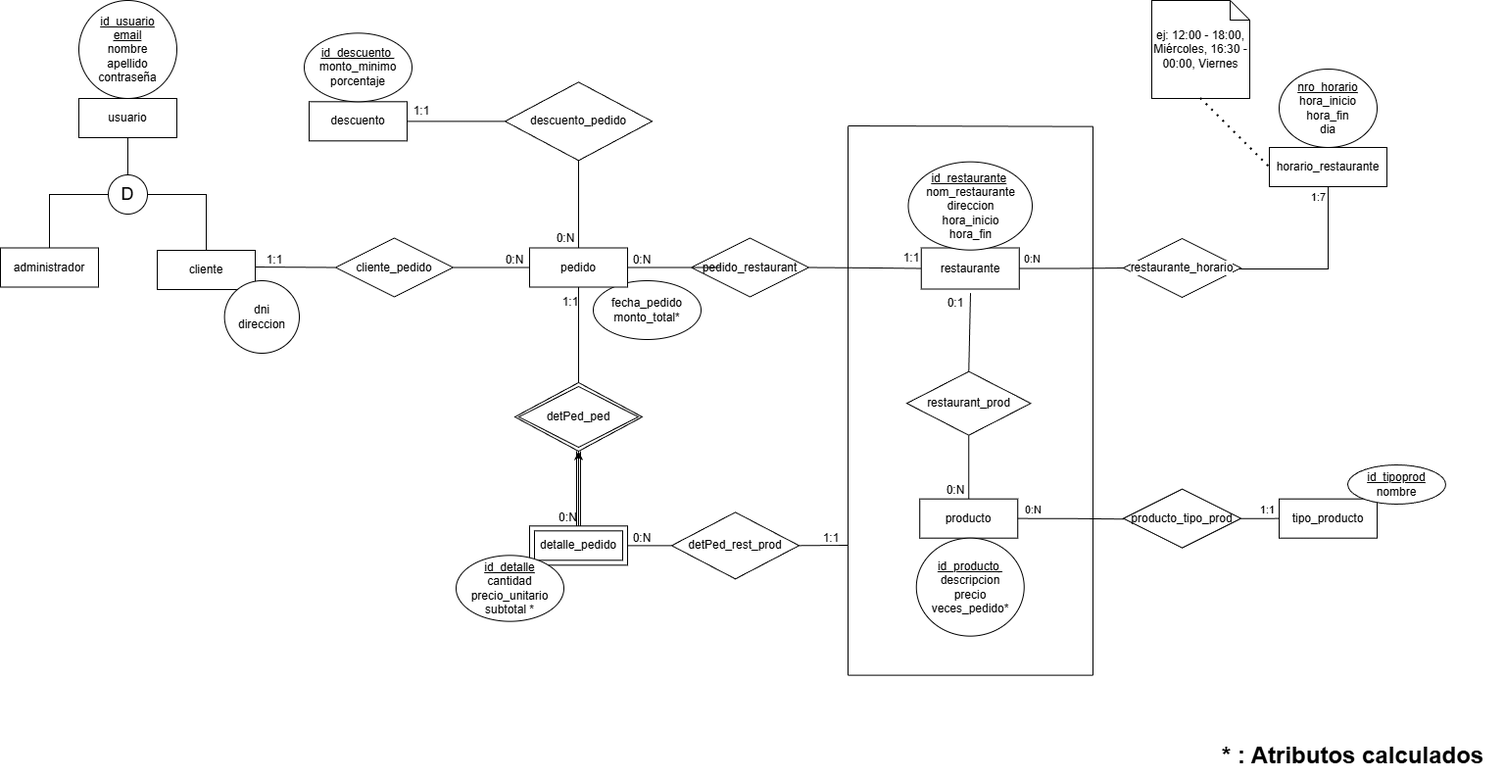
Before: docs/img/der.png, a diagram exported from draw.io (elfili05/TP-Java-Delivery). Source tidied: cells renumbered, new cells last; positions are measured from the earlier drawing's top-left corner, leaving out a move shared by most shapes.
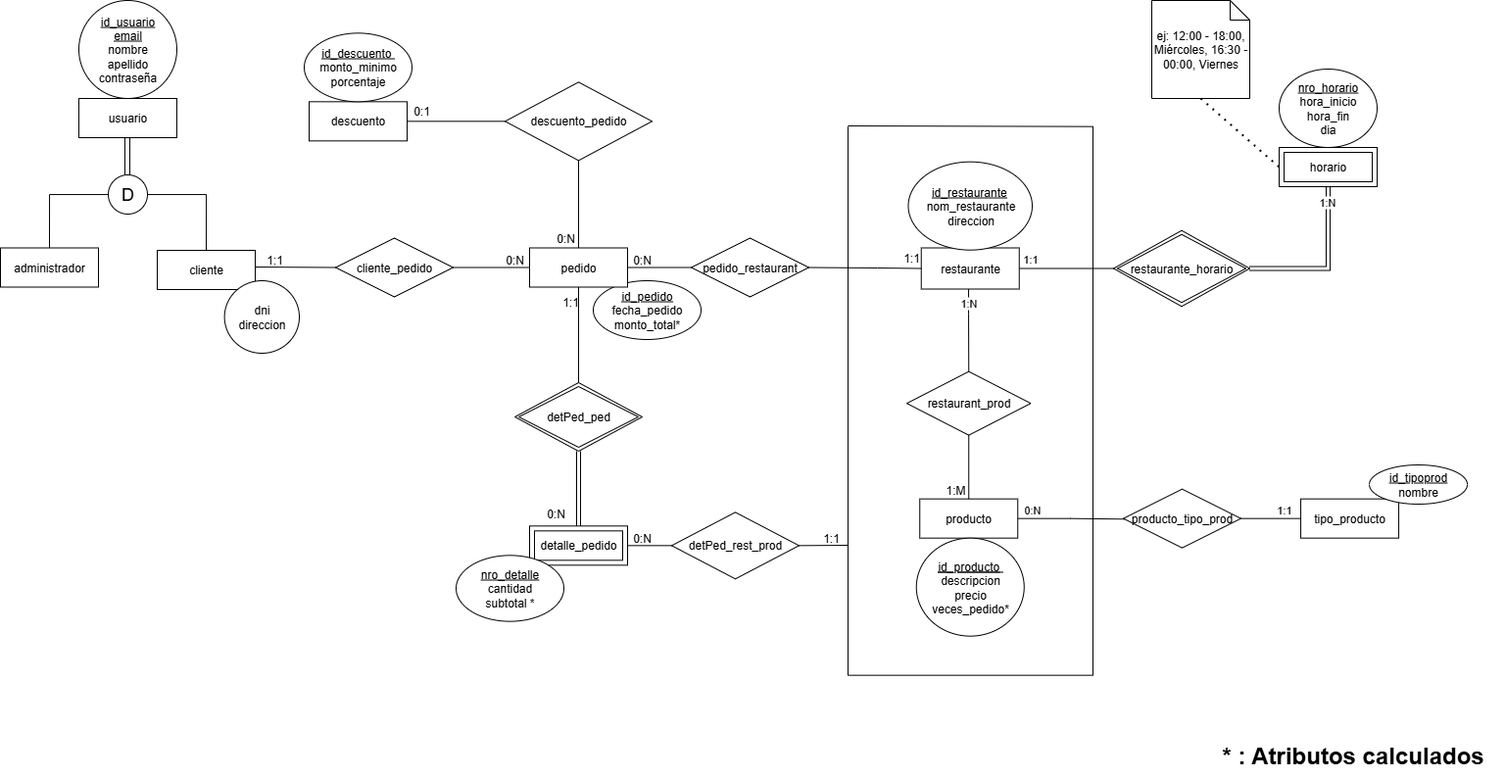
After the change.

What changed in the source:
```diff
@@ -13,7 +13,18 @@
     </mxCell>
-    <mxCell id="5" value="0:N" style="edgeLabel;html=1;align=center;verticalAlign=middle;labelBackgroundColor=default;fontColor=default;" parent="4" vertex="1">
-      <mxGeometry x="-0.68" y="-1" relative="1" as="geometry">
-        <mxPoint x="-5" y="-11" as="offset" />
-      </mxGeometry>
-    </mxCell>
+    <mxCell id="70" value="1:1" style="edgeLabel;html=1;align=center;verticalAlign=middle;labelBackgroundColor=default;fontColor=default;" parent="4" vertex="1">
+      <mxGeometry x="-0.68" y="-1" relative="1" as="geometry">
+        <mxPoint x="-5" y="-11" as="offset" />
+      </mxGeometry>
+    </mxCell>
+    <mxCell id="76" style="edgeStyle=orthogonalEdgeStyle;rounded=0;jettySize=auto;html=1;entryX=0.5;entryY=0;entryDx=0;entryDy=0;endArrow=none;endFill=0;" parent="1" edge="1" source="6" target="36">
+      <mxGeometry relative="1" as="geometry">
+        <Array as="points">
+          <mxPoint x="988" y="320" />
+          <mxPoint x="988" y="320" />
+        </Array>
+      </mxGeometry>
+    </mxCell>
+    <mxCell id="77" value="1:N" style="edgeLabel;html=1;align=center;verticalAlign=middle;" parent="76" vertex="1">
+      <mxGeometry x="-0.67" y="-1" relative="1" as="geometry" />
+    </mxCell>
     <mxCell id="6" value="restaurante" style="whiteSpace=wrap;html=1;align=center;" parent="1" vertex="1">
@@ -21,20 +32,5 @@
     </mxCell>
-    <mxCell id="7" value="&lt;u&gt;id_restaurante&lt;/u&gt;&amp;nbsp;&lt;div&gt;nom_restaurante&lt;/div&gt;&lt;div&gt;direccion&lt;/div&gt;&lt;div&gt;hora_inicio&lt;/div&gt;&lt;div&gt;hora_fin&lt;/div&gt;" style="ellipse;whiteSpace=wrap;html=1;align=center;" parent="1" vertex="1">
-      <mxGeometry x="926.5" y="164.7" width="126.5" height="90" as="geometry" />
-    </mxCell>
-    <mxCell id="8" style="edgeStyle=orthogonalEdgeStyle;rounded=0;jettySize=auto;html=1;endArrow=none;endFill=0;entryX=0.5;entryY=1;entryDx=0;entryDy=0;labelBackgroundColor=default;fontColor=default;" parent="1" edge="1" source="10" target="14">
-      <mxGeometry relative="1" as="geometry">
-        <Array as="points">
-          <mxPoint x="1355" y="274" />
-        </Array>
-      </mxGeometry>
-    </mxCell>
-    <mxCell id="9" value="1:7" style="edgeLabel;html=1;align=center;verticalAlign=middle;labelBackgroundColor=default;fontColor=default;" parent="8" vertex="1">
-      <mxGeometry x="0.71" y="2" relative="1" as="geometry">
-        <mxPoint x="-8" y="-15" as="offset" />
-      </mxGeometry>
-    </mxCell>
-    <mxCell id="10" value="restaurante_horario" style="shape=rhombus;perimeter=rhombusPerimeter;whiteSpace=wrap;html=1;align=center;labelBackgroundColor=default;fontColor=default;" parent="1" vertex="1">
-      <mxGeometry x="1146" y="243" width="120" height="60" as="geometry" />
-    </mxCell>
+    <mxCell id="78" value="&lt;u&gt;id_restaurante&lt;/u&gt;&amp;nbsp;&lt;div&gt;nom_restaurante&lt;/div&gt;&lt;div&gt;direccion&lt;/div&gt;" style="ellipse;whiteSpace=wrap;html=1;align=center;" parent="1" vertex="1">
+      <mxGeometry x="926.5" y="164.7" width="126.5" height="90" as="geometry" />
+    </mxCell>
     <mxCell id="11" value="&lt;div&gt;&lt;u&gt;nro_horario&lt;/u&gt;&lt;/div&gt;hora_inicio&lt;div&gt;hora_fin&lt;/div&gt;&lt;div&gt;dia&lt;/div&gt;" style="ellipse;whiteSpace=wrap;html=1;align=center;labelBackgroundColor=default;fontColor=default;" parent="1" vertex="1">
@@ -45,8 +41,5 @@
     </mxCell>
-    <mxCell id="13" style="endArrow=none;dashed=1;html=1;dashPattern=1 3;strokeWidth=2;rounded=0;entryX=0;entryY=0.5;entryDx=0;entryDy=0;exitX=0.5;exitY=1;exitDx=0;exitDy=0;exitPerimeter=0;labelBackgroundColor=default;fontColor=default;" parent="1" edge="1" source="12" target="14">
-      <mxGeometry relative="1" as="geometry" />
-    </mxCell>
-    <mxCell id="14" value="horario_restaurante" style="whiteSpace=wrap;html=1;align=center;labelBackgroundColor=default;fontColor=default;" parent="1" vertex="1">
-      <mxGeometry x="1295" y="150" width="120" height="40" as="geometry" />
-    </mxCell>
+    <mxCell id="79" style="endArrow=none;dashed=1;html=1;dashPattern=1 3;strokeWidth=2;rounded=0;entryX=0;entryY=0.5;entryDx=0;entryDy=0;exitX=0.5;exitY=1;exitDx=0;exitDy=0;exitPerimeter=0;labelBackgroundColor=default;fontColor=default;" parent="1" edge="1" source="12" target="92">
+      <mxGeometry relative="1" as="geometry" />
+    </mxCell>
     <mxCell id="15" style="edgeStyle=orthogonalEdgeStyle;rounded=0;jettySize=auto;html=1;endArrow=none;endFill=0;exitX=0.968;exitY=0.5;exitDx=0;exitDy=0;exitPerimeter=0;entryX=0.029;entryY=0.511;entryDx=0;entryDy=0;entryPerimeter=0;" parent="1" edge="1" source="17" target="23">
@@ -66,6 +59,6 @@
     <mxCell id="19" value="tipo_producto" style="whiteSpace=wrap;html=1;align=center;" parent="1" vertex="1">
-      <mxGeometry x="1305" y="508.7" width="100" height="40" as="geometry" />
+      <mxGeometry x="1327.1" y="508.7" width="100" height="40" as="geometry" />
     </mxCell>
     <mxCell id="20" value="&lt;u&gt;id_tipoprod&lt;/u&gt;&lt;div&gt;nombre&lt;/div&gt;" style="ellipse;whiteSpace=wrap;html=1;align=center;" parent="1" vertex="1">
-      <mxGeometry x="1375" y="474" width="100" height="40" as="geometry" />
+      <mxGeometry x="1397.1" y="474" width="100" height="40" as="geometry" />
     </mxCell>
@@ -82,5 +75,5 @@
     </mxCell>
-    <mxCell id="24" value="fecha_pedido&lt;div&gt;monto_total*&lt;/div&gt;" style="ellipse;whiteSpace=wrap;html=1;align=center;" parent="1" vertex="1">
-      <mxGeometry x="605" y="286" width="110" height="60" as="geometry" />
-    </mxCell>
+    <mxCell id="80" value="&lt;div&gt;&lt;u&gt;id_pedido&lt;/u&gt;&lt;/div&gt;fecha_pedido&lt;div&gt;monto_total*&lt;/div&gt;" style="ellipse;whiteSpace=wrap;html=1;align=center;" parent="1" vertex="1">
+      <mxGeometry x="605" y="286" width="110" height="60" as="geometry" />
+    </mxCell>
     <mxCell id="25" value="descuento" style="whiteSpace=wrap;html=1;align=center;" parent="1" vertex="1">
@@ -97,5 +90,8 @@
     </mxCell>
-    <mxCell id="29" style="edgeStyle=orthogonalEdgeStyle;rounded=0;jettySize=auto;html=1;endArrow=none;endFill=0;" parent="1" edge="1" source="30" target="33">
-      <mxGeometry relative="1" as="geometry" />
-    </mxCell>
+    <mxCell id="81" style="edgeStyle=orthogonalEdgeStyle;rounded=0;orthogonalLoop=1;jettySize=auto;html=1;endArrow=none;endFill=0;" parent="1" edge="1">
+      <mxGeometry relative="1" as="geometry">
+        <mxPoint x="127" y="140" as="sourcePoint" />
+        <mxPoint x="127" y="178" as="targetPoint" />
+      </mxGeometry>
+    </mxCell>
     <mxCell id="30" value="usuario" style="whiteSpace=wrap;html=1;align=center;" parent="1" vertex="1">
@@ -121,7 +117,2 @@
     </mxCell>
-    <mxCell id="37" style="endArrow=none;html=1;rounded=0;entryX=0.5;entryY=0;entryDx=0;entryDy=0;" parent="1" edge="1" target="36">
-      <mxGeometry relative="1" as="geometry">
-        <mxPoint x="990" y="298.7" as="sourcePoint" />
-      </mxGeometry>
-    </mxCell>
     <mxCell id="38" style="endArrow=none;html=1;rounded=0;exitX=0.5;exitY=0;exitDx=0;exitDy=0;entryX=0.5;entryY=1;entryDx=0;entryDy=0;" parent="1" edge="1" source="17" target="36">
@@ -129,29 +120,26 @@
     </mxCell>
-    <mxCell id="39" style="endArrow=none;html=1;rounded=0;" parent="1" edge="1">
-      <mxGeometry relative="1" as="geometry">
-        <mxPoint x="865" y="128.7" as="sourcePoint" />
-        <mxPoint x="865" y="688.7" as="targetPoint" />
-      </mxGeometry>
-    </mxCell>
-    <mxCell id="40" style="endArrow=none;html=1;rounded=0;" parent="1" edge="1">
-      <mxGeometry relative="1" as="geometry">
-        <mxPoint x="865" y="128" as="sourcePoint" />
-        <mxPoint x="1115" y="128.7" as="targetPoint" />
-      </mxGeometry>
-    </mxCell>
-    <mxCell id="41" style="endArrow=none;html=1;rounded=0;" parent="1" edge="1">
-      <mxGeometry relative="1" as="geometry">
-        <mxPoint x="1115" y="128.7" as="sourcePoint" />
-        <mxPoint x="1115" y="688.7" as="targetPoint" />
-      </mxGeometry>
-    </mxCell>
-    <mxCell id="42" style="endArrow=none;html=1;rounded=0;" parent="1" edge="1">
-      <mxGeometry relative="1" as="geometry">
-        <mxPoint x="865" y="688.7" as="sourcePoint" />
-        <mxPoint x="1115" y="688.7" as="targetPoint" />
-      </mxGeometry>
-    </mxCell>
-    <mxCell id="43" style="edgeStyle=orthogonalEdgeStyle;rounded=0;jettySize=auto;html=1;" parent="1" edge="1" source="44" target="45">
-      <mxGeometry relative="1" as="geometry" />
-    </mxCell>
+    <mxCell id="82" style="endArrow=none;html=1;rounded=0;" parent="1" edge="1">
+      <mxGeometry relative="1" as="geometry">
+        <mxPoint x="865" y="128.7" as="sourcePoint" />
+        <mxPoint x="865" y="688.7" as="targetPoint" />
+      </mxGeometry>
+    </mxCell>
+    <mxCell id="83" style="endArrow=none;html=1;rounded=0;" parent="1" edge="1">
+      <mxGeometry relative="1" as="geometry">
+        <mxPoint x="865" y="128" as="sourcePoint" />
+        <mxPoint x="1115" y="128.7" as="targetPoint" />
+      </mxGeometry>
+    </mxCell>
+    <mxCell id="84" style="endArrow=none;html=1;rounded=0;" parent="1" edge="1">
+      <mxGeometry relative="1" as="geometry">
+        <mxPoint x="1115" y="128.7" as="sourcePoint" />
+        <mxPoint x="1115" y="688.7" as="targetPoint" />
+      </mxGeometry>
+    </mxCell>
+    <mxCell id="85" style="endArrow=none;html=1;rounded=0;" parent="1" edge="1">
+      <mxGeometry relative="1" as="geometry">
+        <mxPoint x="865" y="688.7" as="sourcePoint" />
+        <mxPoint x="1115" y="688.7" as="targetPoint" />
+      </mxGeometry>
+    </mxCell>
     <mxCell id="44" value="detalle_pedido" style="shape=ext;margin=3;double=1;whiteSpace=wrap;html=1;align=center;" parent="1" vertex="1">
@@ -159,2 +147,5 @@
     </mxCell>
+    <mxCell id="47" style="edgeStyle=orthogonalEdgeStyle;rounded=0;jettySize=auto;html=1;entryX=0.5;entryY=0;entryDx=0;entryDy=0;endArrow=none;endFill=0;shape=link;" parent="1" edge="1" source="45" target="44">
+      <mxGeometry relative="1" as="geometry" />
+    </mxCell>
     <mxCell id="45" value="detPed_ped" style="shape=rhombus;double=1;perimeter=rhombusPerimeter;whiteSpace=wrap;html=1;align=center;" parent="1" vertex="1">
@@ -165,8 +156,2 @@
     </mxCell>
-    <mxCell id="47" style="shape=link;html=1;rounded=0;exitX=0.5;exitY=1;exitDx=0;exitDy=0;entryX=0.5;entryY=0;entryDx=0;entryDy=0;" parent="1" edge="1" source="45" target="44">
-      <mxGeometry relative="1" as="geometry" />
-    </mxCell>
-    <mxCell id="48" value="N" style="html=1;whiteSpace=wrap;align=right;verticalAlign=bottom;" parent="47" vertex="1">
-      <mxGeometry x="1" relative="1" as="geometry" />
-    </mxCell>
     <mxCell id="49" value="pedido_restaurant" style="shape=rhombus;perimeter=rhombusPerimeter;whiteSpace=wrap;html=1;align=center;" parent="1" vertex="1">
@@ -174,7 +159,5 @@
     </mxCell>
-    <mxCell id="50" style="endArrow=none;html=1;rounded=0;exitX=1;exitY=0.5;exitDx=0;exitDy=0;entryX=0;entryY=0.5;entryDx=0;entryDy=0;" parent="1" edge="1" source="35">
-      <mxGeometry relative="1" as="geometry">
-        <mxPoint x="735" y="272.5" as="targetPoint" />
-      </mxGeometry>
-    </mxCell>
+    <mxCell id="86" style="endArrow=none;html=1;rounded=0;exitX=1;exitY=0.5;exitDx=0;exitDy=0;entryX=0;entryY=0.5;entryDx=0;entryDy=0;" parent="1" edge="1" source="35" target="49">
+      <mxGeometry relative="1" as="geometry" />
+    </mxCell>
     <mxCell id="51" style="endArrow=none;html=1;rounded=0;exitX=1;exitY=0.5;exitDx=0;exitDy=0;entryX=0;entryY=0.5;entryDx=0;entryDy=0;" parent="1" edge="1" source="49" target="6">
@@ -192,8 +175,8 @@
     </mxCell>
-    <mxCell id="54" style="endArrow=none;html=1;rounded=0;exitX=1;exitY=0.5;exitDx=0;exitDy=0;" parent="1" edge="1">
-      <mxGeometry relative="1" as="geometry">
-        <mxPoint x="865" y="549" as="sourcePoint" />
-        <mxPoint x="865" y="557" as="targetPoint" />
-      </mxGeometry>
-    </mxCell>
+    <mxCell id="87" style="endArrow=none;html=1;rounded=0;exitX=1;exitY=0.5;exitDx=0;exitDy=0;" parent="1" edge="1">
+      <mxGeometry relative="1" as="geometry">
+        <mxPoint x="865" y="549" as="sourcePoint" />
+        <mxPoint x="865" y="557" as="targetPoint" />
+      </mxGeometry>
+    </mxCell>
     <mxCell id="55" value="cliente_pedido" style="shape=rhombus;perimeter=rhombusPerimeter;whiteSpace=wrap;html=1;align=center;" parent="1" vertex="1">
@@ -216,5 +199,2 @@
     </mxCell>
-    <mxCell id="61" value="0:" style="text;html=1;whiteSpace=wrap;strokeColor=none;fillColor=none;align=center;verticalAlign=middle;rounded=0;" parent="1" vertex="1">
-      <mxGeometry x="545" y="513" width="60" height="30" as="geometry" />
-    </mxCell>
     <mxCell id="62" value="1:1" style="text;html=1;whiteSpace=wrap;strokeColor=none;fillColor=none;align=center;verticalAlign=middle;rounded=0;" parent="1" vertex="1">
@@ -225,8 +205,5 @@
     </mxCell>
-    <mxCell id="64" value="0:1" style="text;html=1;whiteSpace=wrap;strokeColor=none;fillColor=none;align=center;verticalAlign=middle;rounded=0;" parent="1" vertex="1">
-      <mxGeometry x="945" y="293.8" width="60" height="30" as="geometry" />
-    </mxCell>
-    <mxCell id="65" value="0:N" style="text;html=1;whiteSpace=wrap;strokeColor=none;fillColor=none;align=center;verticalAlign=middle;rounded=0;" parent="1" vertex="1">
-      <mxGeometry x="945" y="485.3" width="60" height="30" as="geometry" />
-    </mxCell>
+    <mxCell id="88" value="1:M" style="text;html=1;whiteSpace=wrap;strokeColor=none;fillColor=none;align=center;verticalAlign=middle;rounded=0;" parent="1" vertex="1">
+      <mxGeometry x="945" y="485.3" width="60" height="30" as="geometry" />
+    </mxCell>
     <mxCell id="66" value="0:N" style="text;html=1;whiteSpace=wrap;strokeColor=none;fillColor=none;align=center;verticalAlign=middle;rounded=0;" parent="1" vertex="1">
@@ -240,8 +217,8 @@
     </mxCell>
-    <mxCell id="69" value="&lt;u&gt;id_detalle&lt;/u&gt;&lt;div&gt;cantidad&lt;/div&gt;&lt;div&gt;precio_unitario&lt;/div&gt;&lt;div&gt;subtotal *&lt;/div&gt;" style="ellipse;whiteSpace=wrap;html=1;align=center;" parent="1" vertex="1">
-      <mxGeometry x="465" y="566.3" width="110" height="67.3" as="geometry" />
-    </mxCell>
-    <mxCell id="70" value="1:1" style="text;html=1;whiteSpace=wrap;strokeColor=none;fillColor=none;align=center;verticalAlign=middle;rounded=0;" parent="1" vertex="1">
-      <mxGeometry x="400" y="98" width="60" height="30" as="geometry" />
-    </mxCell>
+    <mxCell id="89" value="&lt;u&gt;nro_detalle&lt;/u&gt;&lt;br&gt;&lt;div&gt;cantidad&lt;/div&gt;&lt;div&gt;subtotal *&lt;/div&gt;" style="ellipse;whiteSpace=wrap;html=1;align=center;" parent="1" vertex="1">
+      <mxGeometry x="465" y="566.3" width="110" height="67.3" as="geometry" />
+    </mxCell>
+    <mxCell id="64" value="0:1" style="text;html=1;whiteSpace=wrap;strokeColor=none;fillColor=none;align=center;verticalAlign=middle;rounded=0;" parent="1" vertex="1">
+      <mxGeometry x="400" y="98" width="60" height="30" as="geometry" />
+    </mxCell>
     <mxCell id="71" value="1:1" style="text;html=1;whiteSpace=wrap;strokeColor=none;fillColor=none;align=center;verticalAlign=middle;rounded=0;" parent="1" vertex="1">
@@ -255,7 +232,7 @@
     </mxCell>
-    <mxCell id="74" style="endArrow=none;html=1;rounded=0;exitX=1;exitY=0.5;exitDx=0;exitDy=0;" parent="1" edge="1" source="52">
-      <mxGeometry relative="1" as="geometry">
-        <mxPoint x="865" y="556" as="targetPoint" />
-      </mxGeometry>
-    </mxCell>
+    <mxCell id="90" style="endArrow=none;html=1;rounded=0;exitX=1;exitY=0.5;exitDx=0;exitDy=0;" parent="1" edge="1" source="52">
+      <mxGeometry relative="1" as="geometry">
+        <mxPoint x="865" y="556" as="targetPoint" />
+      </mxGeometry>
+    </mxCell>
     <mxCell id="75" value="1:1" style="text;html=1;whiteSpace=wrap;strokeColor=none;fillColor=none;align=center;verticalAlign=middle;rounded=0;" parent="1" vertex="1">
@@ -263,2 +240,23 @@
     </mxCell>
+    <mxCell id="91" style="edgeStyle=orthogonalEdgeStyle;rounded=0;orthogonalLoop=1;jettySize=auto;html=1;endArrow=none;endFill=0;" parent="1" edge="1">
+      <mxGeometry relative="1" as="geometry">
+        <mxPoint x="132" y="140" as="sourcePoint" />
+        <mxPoint x="132" y="178" as="targetPoint" />
+      </mxGeometry>
+    </mxCell>
+    <mxCell id="92" value="horario" style="shape=ext;margin=3;double=1;whiteSpace=wrap;html=1;align=center;" parent="1" vertex="1">
+      <mxGeometry x="1305" y="150" width="100" height="40" as="geometry" />
+    </mxCell>
+    <mxCell id="65" value="0:N" style="text;html=1;whiteSpace=wrap;strokeColor=none;fillColor=none;align=center;verticalAlign=middle;rounded=0;" parent="1" vertex="1">
+      <mxGeometry x="552" y="515.3" width="30" height="16.3" as="geometry" />
+    </mxCell>
+    <mxCell id="93" style="edgeStyle=orthogonalEdgeStyle;rounded=0;jettySize=auto;html=1;entryX=0.5;entryY=1;entryDx=0;entryDy=0;endArrow=none;endFill=0;shape=link;" parent="1" edge="1" source="10" target="92">
+      <mxGeometry relative="1" as="geometry" />
+    </mxCell>
+    <mxCell id="94" value="1:N" style="edgeLabel;html=1;align=center;verticalAlign=middle;" parent="93" vertex="1">
+      <mxGeometry x="0.81" y="2" relative="1" as="geometry" />
+    </mxCell>
+    <mxCell id="10" value="restaurante_horario" style="shape=rhombus;double=1;perimeter=rhombusPerimeter;whiteSpace=wrap;html=1;align=center;" parent="1" vertex="1">
+      <mxGeometry x="1136" y="234.8" width="139" height="77.5" as="geometry" />
+    </mxCell>
   </root>
```
